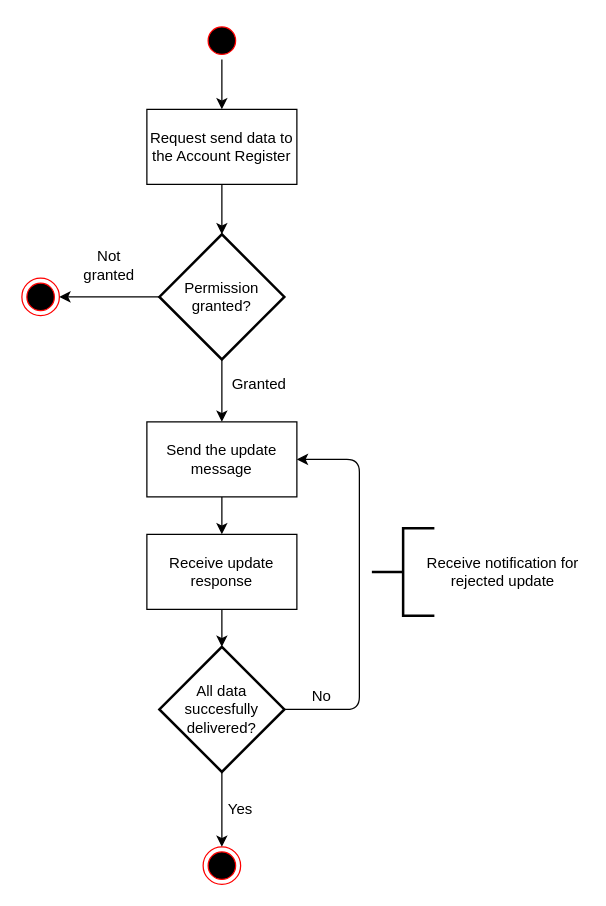
FinnishCustoms-SuomenTulli/account-register-information-update keeps this draw.io diagram as diagrams/flowchart_update.drawio. Above is the earlier version. Source tidied: cells renumbered, new cells numbered last; positions are measured from the earlier drawing's top-left corner, leaving out a move shared by most shapes. Both pictures are drawn from the tidied source at 125%, with x=0, y=0 at pixel (21, 21).
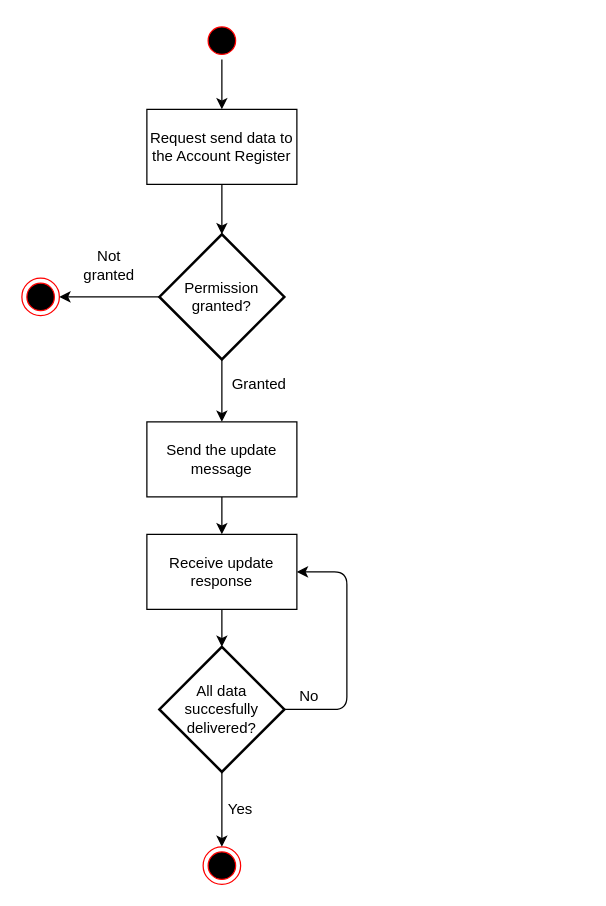
The same diagram, later.

Commit message (it also covers changes not shown here):
TR-304, Kuvan 2.1. termien kääntäminen englanniksi

The change refers to these unchanged cells:
```xml
<mxCell id="9" value="Send the update message" style="rounded=0;whiteSpace=wrap;html=1;" parent="1" vertex="1">
  <mxGeometry x="100" y="320" width="120" height="60" as="geometry" />
</mxCell>
<mxCell id="10" value="All data succesfully delivered?" style="strokeWidth=2;html=1;shape=mxgraph.flowchart.decision;whiteSpace=wrap;verticalAlign=middle;" parent="1" vertex="1">
  <mxGeometry x="110" y="500" width="100" height="100" as="geometry" />
</mxCell>
<mxCell id="18" value="Receive update response" style="rounded=0;whiteSpace=wrap;html=1;" parent="1" vertex="1">
  <mxGeometry x="100" y="410" width="120" height="60" as="geometry" />
</mxCell>
```

Diff of the diagram source:
```diff
@@
-    <mxCell id="20" style="endArrow=classic;html=1;exitX=1;exitY=0.5;exitDx=0;exitDy=0;exitPerimeter=0;entryX=1;entryY=0.5;entryDx=0;entryDy=0;" parent="1" edge="1" source="10" target="9">
+    <mxCell id="20" style="endArrow=classic;html=1;exitX=1;exitY=0.5;exitDx=0;exitDy=0;exitPerimeter=0;entryX=1;entryY=0.5;entryDx=0;entryDy=0;" parent="1" edge="1" source="10" target="18">
       <mxGeometry relative="1" as="geometry">
         <Array as="points">
-          <mxPoint x="270" y="550" />
-          <mxPoint x="270" y="450" />
-          <mxPoint x="270" y="350" />
+          <mxPoint x="260" y="550" />
+          <mxPoint x="260" y="500" />
+          <mxPoint x="260" y="440" />
         </Array>
       </mxGeometry>
     </mxCell>
     <mxCell id="21" value="No" style="text;html=1;strokeColor=none;fillColor=none;align=center;verticalAlign=middle;whiteSpace=wrap;rounded=0;" parent="1" vertex="1">
-      <mxGeometry x="220" y="530" width="40" height="20" as="geometry" />
+      <mxGeometry x="210" y="530" width="40" height="20" as="geometry" />
     </mxCell>
@@
-    <mxCell id="23" style="group;" parent="1" vertex="1">
-      <mxGeometry x="280" y="405" width="170" height="70" as="geometry" />
-    </mxCell>
-    <mxCell id="24" style="strokeWidth=2;html=1;shape=mxgraph.flowchart.annotation_2;align=left;labelPosition=right;" parent="23" vertex="1">
-      <mxGeometry width="50" height="70" as="geometry" />
-    </mxCell>
-    <mxCell id="25" value="Receive notification for rejected update" style="text;html=1;strokeColor=none;fillColor=none;align=center;verticalAlign=middle;whiteSpace=wrap;rounded=0;" parent="23" vertex="1">
-      <mxGeometry x="40" y="25" width="130" height="20" as="geometry" />
-    </mxCell>
```
